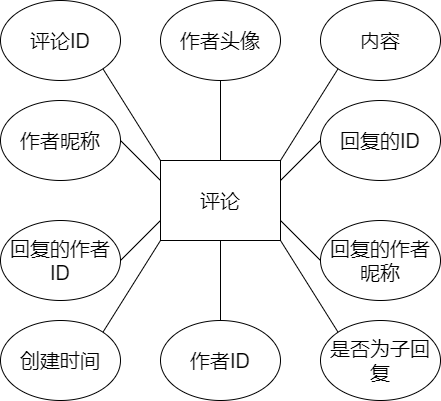
Earlier version of the draw.io export database-er/table.comment.drawio.png (Jater0/Graduation). Source tidied: cells renumbered, new cells last; positions are measured from the earlier drawing's top-left corner, leaving out a move shared by most shapes.
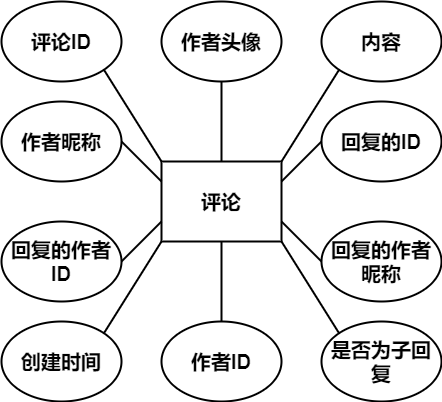
After the commit.

Diff of the diagram source:
```diff
@@ -2,67 +2,67 @@
   <root>
     <mxCell id="0" />
     <mxCell id="1" parent="0" />
-    <mxCell id="2" value="评论" style="rounded=0;whiteSpace=wrap;html=1;fontSize=20;" parent="1" vertex="1">
+    <mxCell id="2" value="评论" style="rounded=0;whiteSpace=wrap;html=1;fontSize=20;fontStyle=1;strokeWidth=2;" parent="1" vertex="1">
       <mxGeometry x="160" y="160" width="120" height="80" as="geometry" />
     </mxCell>
-    <mxCell id="3" value="评论ID" style="ellipse;whiteSpace=wrap;html=1;fontSize=20;" parent="1" vertex="1">
+    <mxCell id="3" value="评论ID" style="ellipse;whiteSpace=wrap;html=1;fontSize=20;fontStyle=1;strokeWidth=2;" parent="1" vertex="1">
       <mxGeometry width="120" height="80" as="geometry" />
     </mxCell>
-    <mxCell id="4" value="内容" style="ellipse;whiteSpace=wrap;html=1;fontSize=20;" parent="1" vertex="1">
+    <mxCell id="4" value="内容" style="ellipse;whiteSpace=wrap;html=1;fontSize=20;fontStyle=1;strokeWidth=2;" parent="1" vertex="1">
       <mxGeometry x="320" width="120" height="80" as="geometry" />
     </mxCell>
-    <mxCell id="5" value="创建时间" style="ellipse;whiteSpace=wrap;html=1;fontSize=20;" parent="1" vertex="1">
+    <mxCell id="5" value="创建时间" style="ellipse;whiteSpace=wrap;html=1;fontSize=20;fontStyle=1;strokeWidth=2;" parent="1" vertex="1">
       <mxGeometry y="320" width="120" height="80" as="geometry" />
     </mxCell>
-    <mxCell id="6" style="endArrow=none;html=1;fontSize=20;entryX=0;entryY=1;entryDx=0;entryDy=0;exitX=1;exitY=0;exitDx=0;exitDy=0;" parent="1" edge="1" source="2" target="4">
+    <mxCell id="6" style="endArrow=none;html=1;fontSize=20;entryX=0;entryY=1;entryDx=0;entryDy=0;exitX=1;exitY=0;exitDx=0;exitDy=0;fontStyle=1;strokeWidth=2;" parent="1" edge="1" source="2" target="4">
       <mxGeometry relative="1" as="geometry" />
     </mxCell>
-    <mxCell id="7" style="endArrow=none;html=1;fontSize=20;entryX=0;entryY=1;entryDx=0;entryDy=0;exitX=1;exitY=0;exitDx=0;exitDy=0;" parent="1" edge="1" source="5" target="2">
+    <mxCell id="7" style="endArrow=none;html=1;fontSize=20;entryX=0;entryY=1;entryDx=0;entryDy=0;exitX=1;exitY=0;exitDx=0;exitDy=0;fontStyle=1;strokeWidth=2;" parent="1" edge="1" source="5" target="2">
       <mxGeometry relative="1" as="geometry" />
     </mxCell>
-    <mxCell id="8" style="endArrow=none;html=1;fontSize=20;entryX=1;entryY=1;entryDx=0;entryDy=0;exitX=0;exitY=0;exitDx=0;exitDy=0;" parent="1" edge="1" source="2" target="3">
+    <mxCell id="8" style="endArrow=none;html=1;fontSize=20;entryX=1;entryY=1;entryDx=0;entryDy=0;exitX=0;exitY=0;exitDx=0;exitDy=0;fontStyle=1;strokeWidth=2;" parent="1" edge="1" source="2" target="3">
       <mxGeometry relative="1" as="geometry" />
     </mxCell>
-    <mxCell id="9" value="是否为子回复" style="ellipse;whiteSpace=wrap;html=1;fontSize=20;" parent="1" vertex="1">
+    <mxCell id="9" value="是否为子回复" style="ellipse;whiteSpace=wrap;html=1;fontSize=20;fontStyle=1;strokeWidth=2;" parent="1" vertex="1">
       <mxGeometry x="320" y="320" width="120" height="80" as="geometry" />
     </mxCell>
-    <mxCell id="10" style="endArrow=none;html=1;fontSize=20;entryX=0;entryY=0;entryDx=0;entryDy=0;exitX=1;exitY=1;exitDx=0;exitDy=0;" parent="1" edge="1" source="2" target="9">
+    <mxCell id="10" style="endArrow=none;html=1;fontSize=20;entryX=0;entryY=0;entryDx=0;entryDy=0;exitX=1;exitY=1;exitDx=0;exitDy=0;fontStyle=1;strokeWidth=2;" parent="1" edge="1" source="2" target="9">
       <mxGeometry relative="1" as="geometry" />
     </mxCell>
-    <mxCell id="11" value="回复的ID" style="ellipse;whiteSpace=wrap;html=1;fontSize=20;" parent="1" vertex="1">
+    <mxCell id="11" value="回复的ID" style="ellipse;whiteSpace=wrap;html=1;fontSize=20;fontStyle=1;strokeWidth=2;" parent="1" vertex="1">
       <mxGeometry x="320" y="100" width="120" height="80" as="geometry" />
     </mxCell>
-    <mxCell id="12" value="作者ID" style="ellipse;whiteSpace=wrap;html=1;fontSize=20;" parent="1" vertex="1">
+    <mxCell id="12" value="作者ID" style="ellipse;whiteSpace=wrap;html=1;fontSize=20;fontStyle=1;strokeWidth=2;" parent="1" vertex="1">
       <mxGeometry x="160" y="320" width="120" height="80" as="geometry" />
     </mxCell>
-    <mxCell id="13" value="作者昵称" style="ellipse;whiteSpace=wrap;html=1;fontSize=20;" parent="1" vertex="1">
+    <mxCell id="13" value="作者昵称" style="ellipse;whiteSpace=wrap;html=1;fontSize=20;fontStyle=1;strokeWidth=2;" parent="1" vertex="1">
       <mxGeometry y="100" width="120" height="80" as="geometry" />
     </mxCell>
-    <mxCell id="14" value="作者头像" style="ellipse;whiteSpace=wrap;html=1;fontSize=20;" parent="1" vertex="1">
+    <mxCell id="14" value="作者头像" style="ellipse;whiteSpace=wrap;html=1;fontSize=20;fontStyle=1;strokeWidth=2;" parent="1" vertex="1">
       <mxGeometry x="160" width="120" height="80" as="geometry" />
     </mxCell>
-    <mxCell id="15" value="回复的作者昵称" style="ellipse;whiteSpace=wrap;html=1;fontSize=20;" parent="1" vertex="1">
+    <mxCell id="15" value="回复的作者昵称" style="ellipse;whiteSpace=wrap;html=1;fontSize=20;fontStyle=1;strokeWidth=2;" parent="1" vertex="1">
       <mxGeometry x="320" y="220" width="120" height="80" as="geometry" />
     </mxCell>
-    <mxCell id="16" value="回复的作者ID" style="ellipse;whiteSpace=wrap;html=1;fontSize=20;" parent="1" vertex="1">
+    <mxCell id="16" value="回复的作者ID" style="ellipse;whiteSpace=wrap;html=1;fontSize=20;fontStyle=1;strokeWidth=2;" parent="1" vertex="1">
       <mxGeometry y="220" width="120" height="80" as="geometry" />
     </mxCell>
-    <mxCell id="17" style="endArrow=none;html=1;fontSize=20;entryX=0.5;entryY=1;entryDx=0;entryDy=0;exitX=0.5;exitY=0;exitDx=0;exitDy=0;" parent="1" edge="1" source="12" target="2">
+    <mxCell id="17" style="endArrow=none;html=1;fontSize=20;entryX=0.5;entryY=1;entryDx=0;entryDy=0;exitX=0.5;exitY=0;exitDx=0;exitDy=0;fontStyle=1;strokeWidth=2;" parent="1" edge="1" source="12" target="2">
       <mxGeometry relative="1" as="geometry" />
     </mxCell>
-    <mxCell id="18" style="endArrow=none;html=1;fontSize=20;entryX=1;entryY=0.75;entryDx=0;entryDy=0;exitX=0;exitY=0.5;exitDx=0;exitDy=0;" parent="1" edge="1" source="15" target="2">
+    <mxCell id="18" style="endArrow=none;html=1;fontSize=20;entryX=1;entryY=0.75;entryDx=0;entryDy=0;exitX=0;exitY=0.5;exitDx=0;exitDy=0;fontStyle=1;strokeWidth=2;" parent="1" edge="1" source="15" target="2">
       <mxGeometry relative="1" as="geometry" />
     </mxCell>
-    <mxCell id="19" style="endArrow=none;html=1;fontSize=20;entryX=0;entryY=0.5;entryDx=0;entryDy=0;exitX=1;exitY=0.25;exitDx=0;exitDy=0;" parent="1" edge="1" source="2" target="11">
+    <mxCell id="19" style="endArrow=none;html=1;fontSize=20;entryX=0;entryY=0.5;entryDx=0;entryDy=0;exitX=1;exitY=0.25;exitDx=0;exitDy=0;fontStyle=1;strokeWidth=2;" parent="1" edge="1" source="2" target="11">
       <mxGeometry relative="1" as="geometry" />
     </mxCell>
-    <mxCell id="20" style="endArrow=none;html=1;fontSize=20;entryX=0.5;entryY=1;entryDx=0;entryDy=0;exitX=0.5;exitY=0;exitDx=0;exitDy=0;" parent="1" edge="1" source="2" target="14">
+    <mxCell id="20" style="endArrow=none;html=1;fontSize=20;entryX=0.5;entryY=1;entryDx=0;entryDy=0;exitX=0.5;exitY=0;exitDx=0;exitDy=0;fontStyle=1;strokeWidth=2;" parent="1" edge="1" source="2" target="14">
       <mxGeometry relative="1" as="geometry" />
     </mxCell>
-    <mxCell id="21" style="endArrow=none;html=1;fontSize=20;entryX=0;entryY=0.75;entryDx=0;entryDy=0;exitX=1;exitY=0.5;exitDx=0;exitDy=0;" parent="1" edge="1" source="16" target="2">
+    <mxCell id="21" style="endArrow=none;html=1;fontSize=20;entryX=0;entryY=0.75;entryDx=0;entryDy=0;exitX=1;exitY=0.5;exitDx=0;exitDy=0;fontStyle=1;strokeWidth=2;" parent="1" edge="1" source="16" target="2">
       <mxGeometry relative="1" as="geometry" />
     </mxCell>
-    <mxCell id="22" style="endArrow=none;html=1;fontSize=20;entryX=0;entryY=0.25;entryDx=0;entryDy=0;exitX=1;exitY=0.5;exitDx=0;exitDy=0;" parent="1" edge="1" source="13" target="2">
+    <mxCell id="22" style="endArrow=none;html=1;fontSize=20;entryX=0;entryY=0.25;entryDx=0;entryDy=0;exitX=1;exitY=0.5;exitDx=0;exitDy=0;fontStyle=1;strokeWidth=2;" parent="1" edge="1" source="13" target="2">
       <mxGeometry relative="1" as="geometry" />
     </mxCell>
   </root>
```
